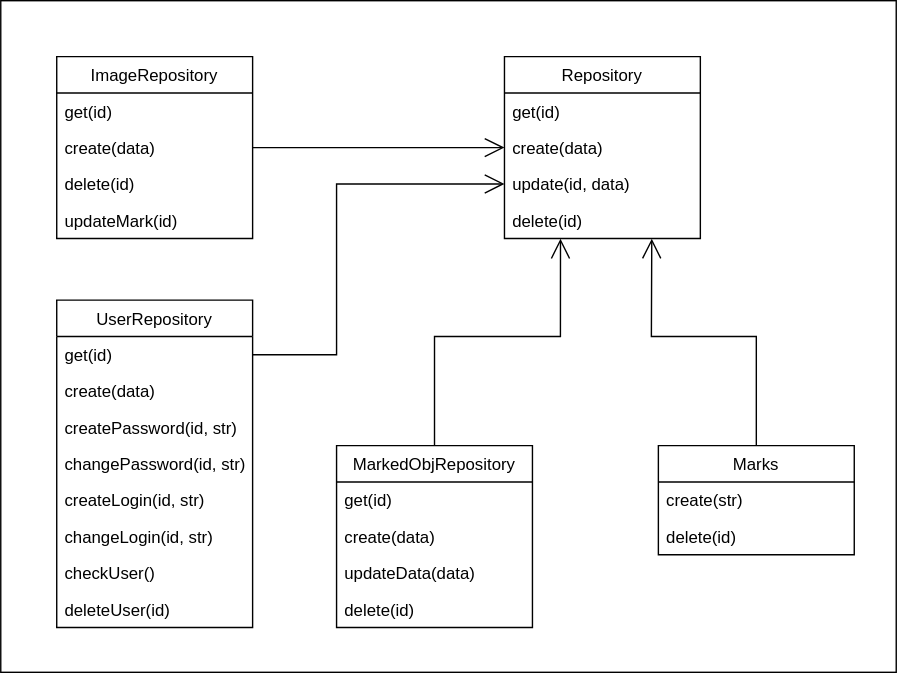
Above: imgs/uml_repository.svg in SweetBloody/bmstu_ppo (draw.io), before the change. Source tidied: cells renumbered, new cells last; positions are measured from the earlier drawing's top-left corner, leaving out a move shared by most shapes. Source of this version:
```xml
<mxGraphModel>
  <root>
    <mxCell id="0" />
    <mxCell id="1" parent="0" />
    <mxCell id="2" style="rounded=0;whiteSpace=wrap;html=1;" parent="1" vertex="1">
      <mxGeometry width="640" height="480" as="geometry" />
    </mxCell>
    <mxCell id="3" value="Repository" style="swimlane;fontStyle=0;horizontal=1;startSize=26;fillColor=none;" parent="1" vertex="1">
      <mxGeometry x="360" y="40" width="140" height="130" as="geometry" />
    </mxCell>
    <mxCell id="4" value="get(id)" style="text;strokeColor=none;fillColor=none;align=left;verticalAlign=top;spacingLeft=4;spacingRight=4;overflow=hidden;" parent="3" vertex="1">
      <mxGeometry y="26" width="140" height="26" as="geometry" />
    </mxCell>
    <mxCell id="5" value="create(data)" style="text;strokeColor=none;fillColor=none;align=left;verticalAlign=top;spacingLeft=4;spacingRight=4;overflow=hidden;points=[[0,0.5],[1,0.5]];portConstraint=eastwest;" parent="3" vertex="1">
      <mxGeometry y="52" width="140" height="26" as="geometry" />
    </mxCell>
    <mxCell id="6" value="update(id, data)" style="text;strokeColor=none;fillColor=none;align=left;verticalAlign=top;spacingLeft=4;spacingRight=4;overflow=hidden;points=[[0,0.5],[1,0.5]];portConstraint=eastwest;" parent="3" vertex="1">
      <mxGeometry y="78" width="140" height="26" as="geometry" />
    </mxCell>
    <mxCell id="7" value="delete(id)" style="text;strokeColor=none;fillColor=none;align=left;verticalAlign=top;spacingLeft=4;spacingRight=4;overflow=hidden;points=[[0,0.5],[1,0.5]];portConstraint=eastwest;" parent="3" vertex="1">
      <mxGeometry y="104" width="140" height="26" as="geometry" />
    </mxCell>
    <mxCell id="8" value="ImageRepository" style="swimlane;fontStyle=0;horizontal=1;startSize=26;fillColor=none;" parent="1" vertex="1">
      <mxGeometry x="40" y="40" width="140" height="130" as="geometry" />
    </mxCell>
    <mxCell id="9" value="get(id)" style="text;strokeColor=none;fillColor=none;align=left;verticalAlign=top;spacingLeft=4;spacingRight=4;overflow=hidden;" parent="8" vertex="1">
      <mxGeometry y="26" width="140" height="26" as="geometry" />
    </mxCell>
    <mxCell id="10" value="create(data)" style="text;strokeColor=none;fillColor=none;align=left;verticalAlign=top;spacingLeft=4;spacingRight=4;overflow=hidden;points=[[0,0.5],[1,0.5]];portConstraint=eastwest;" parent="8" vertex="1">
      <mxGeometry y="52" width="140" height="26" as="geometry" />
    </mxCell>
    <mxCell id="11" value="delete(id)" style="text;strokeColor=none;fillColor=none;align=left;verticalAlign=top;spacingLeft=4;spacingRight=4;overflow=hidden;" parent="8" vertex="1">
      <mxGeometry y="78" width="140" height="26" as="geometry" />
    </mxCell>
    <mxCell id="12" value="updateMark(id)" style="text;strokeColor=none;fillColor=none;align=left;verticalAlign=top;spacingLeft=4;spacingRight=4;overflow=hidden;" parent="8" vertex="1">
      <mxGeometry y="104" width="140" height="26" as="geometry" />
    </mxCell>
    <mxCell id="13" value="UserRepository" style="swimlane;fontStyle=0;horizontal=1;startSize=26;fillColor=none;" parent="1" vertex="1">
      <mxGeometry x="40" y="214" width="140" height="234" as="geometry" />
    </mxCell>
    <mxCell id="14" value="get(id)" style="text;strokeColor=none;fillColor=none;align=left;verticalAlign=top;spacingLeft=4;spacingRight=4;overflow=hidden;points=[[0,0.5],[1,0.5]];portConstraint=eastwest;" parent="13" vertex="1">
      <mxGeometry y="26" width="140" height="26" as="geometry" />
    </mxCell>
    <mxCell id="15" value="create(data)" style="text;strokeColor=none;fillColor=none;align=left;verticalAlign=top;spacingLeft=4;spacingRight=4;overflow=hidden;" parent="13" vertex="1">
      <mxGeometry y="52" width="140" height="26" as="geometry" />
    </mxCell>
    <mxCell id="16" value="createPassword(id, str)" style="text;strokeColor=none;fillColor=none;align=left;verticalAlign=top;spacingLeft=4;spacingRight=4;overflow=hidden;" parent="13" vertex="1">
      <mxGeometry y="78" width="140" height="26" as="geometry" />
    </mxCell>
    <mxCell id="17" value="changePassword(id, str)" style="text;strokeColor=none;fillColor=none;align=left;verticalAlign=top;spacingLeft=4;spacingRight=4;overflow=hidden;" parent="13" vertex="1">
      <mxGeometry y="104" width="140" height="26" as="geometry" />
    </mxCell>
    <mxCell id="18" value="createLogin(id, str)" style="text;strokeColor=none;fillColor=none;align=left;verticalAlign=top;spacingLeft=4;spacingRight=4;overflow=hidden;" parent="13" vertex="1">
      <mxGeometry y="130" width="140" height="26" as="geometry" />
    </mxCell>
    <mxCell id="19" value="changeLogin(id, str)" style="text;strokeColor=none;fillColor=none;align=left;verticalAlign=top;spacingLeft=4;spacingRight=4;overflow=hidden;" parent="13" vertex="1">
      <mxGeometry y="156" width="140" height="26" as="geometry" />
    </mxCell>
    <mxCell id="20" value="checkUser()" style="text;strokeColor=none;fillColor=none;align=left;verticalAlign=top;spacingLeft=4;spacingRight=4;overflow=hidden;" parent="13" vertex="1">
      <mxGeometry y="182" width="140" height="26" as="geometry" />
    </mxCell>
    <mxCell id="21" value="deleteUser(id)" style="text;strokeColor=none;fillColor=none;align=left;verticalAlign=top;spacingLeft=4;spacingRight=4;overflow=hidden;" parent="13" vertex="1">
      <mxGeometry y="208" width="140" height="26" as="geometry" />
    </mxCell>
    <mxCell id="22" value="MarkedObjRepository" style="swimlane;fontStyle=0;horizontal=1;startSize=26;fillColor=none;" parent="1" vertex="1">
      <mxGeometry x="240" y="318" width="140" height="130" as="geometry" />
    </mxCell>
    <mxCell id="23" value="get(id)" style="text;strokeColor=none;fillColor=none;align=left;verticalAlign=top;spacingLeft=4;spacingRight=4;overflow=hidden;" parent="22" vertex="1">
      <mxGeometry y="26" width="140" height="26" as="geometry" />
    </mxCell>
    <mxCell id="24" value="create(data)" style="text;strokeColor=none;fillColor=none;align=left;verticalAlign=top;spacingLeft=4;spacingRight=4;overflow=hidden;" parent="22" vertex="1">
      <mxGeometry y="52" width="140" height="26" as="geometry" />
    </mxCell>
    <mxCell id="25" value="updateData(data)" style="text;strokeColor=none;fillColor=none;align=left;verticalAlign=top;spacingLeft=4;spacingRight=4;overflow=hidden;" parent="22" vertex="1">
      <mxGeometry y="78" width="140" height="26" as="geometry" />
    </mxCell>
    <mxCell id="26" value="delete(id)" style="text;strokeColor=none;fillColor=none;align=left;verticalAlign=top;spacingLeft=4;spacingRight=4;overflow=hidden;" parent="22" vertex="1">
      <mxGeometry y="104" width="140" height="26" as="geometry" />
    </mxCell>
    <mxCell id="27" value="Marks" style="swimlane;fontStyle=0;horizontal=1;startSize=26;fillColor=none;" parent="1" vertex="1">
      <mxGeometry x="470" y="318" width="140" height="78" as="geometry" />
    </mxCell>
    <mxCell id="28" value="create(str)" style="text;strokeColor=none;fillColor=none;align=left;verticalAlign=top;spacingLeft=4;spacingRight=4;overflow=hidden;" parent="27" vertex="1">
      <mxGeometry y="26" width="140" height="26" as="geometry" />
    </mxCell>
    <mxCell id="29" value="delete(id)" style="text;strokeColor=none;fillColor=none;align=left;verticalAlign=top;spacingLeft=4;spacingRight=4;overflow=hidden;" parent="27" vertex="1">
      <mxGeometry y="52" width="140" height="26" as="geometry" />
    </mxCell>
    <mxCell id="30" style="endArrow=open;endFill=1;endSize=12;html=1;rounded=0;entryX=0;entryY=0.5;entryDx=0;entryDy=0;exitX=1;exitY=0.5;exitDx=0;exitDy=0;" parent="1" edge="1" source="10" target="5">
      <mxGeometry relative="1" as="geometry" />
    </mxCell>
    <mxCell id="31" style="endArrow=open;endFill=1;endSize=12;html=1;rounded=0;exitX=1;exitY=0.5;exitDx=0;exitDy=0;entryX=0;entryY=0.5;entryDx=0;entryDy=0;" parent="1" edge="1" source="14" target="6">
      <mxGeometry relative="1" as="geometry">
        <Array as="points">
          <mxPoint x="240" y="253" />
          <mxPoint x="240" y="131" />
        </Array>
      </mxGeometry>
    </mxCell>
    <mxCell id="32" style="endArrow=open;endFill=1;endSize=12;html=1;rounded=0;entryX=0.286;entryY=1.004;entryDx=0;entryDy=0;exitX=0.5;exitY=0;exitDx=0;exitDy=0;entryPerimeter=0;" parent="1" edge="1" source="22" target="7">
      <mxGeometry relative="1" as="geometry">
        <Array as="points">
          <mxPoint x="310" y="240" />
          <mxPoint x="400" y="240" />
        </Array>
      </mxGeometry>
    </mxCell>
    <mxCell id="33" style="endArrow=open;endFill=1;endSize=12;html=1;rounded=0;entryX=0.752;entryY=1.002;entryDx=0;entryDy=0;exitX=0.5;exitY=0;exitDx=0;exitDy=0;entryPerimeter=0;" parent="1" edge="1" source="27" target="7">
      <mxGeometry relative="1" as="geometry">
        <Array as="points">
          <mxPoint x="540" y="240" />
          <mxPoint x="465" y="240" />
        </Array>
      </mxGeometry>
    </mxCell>
  </root>
</mxGraphModel>
```
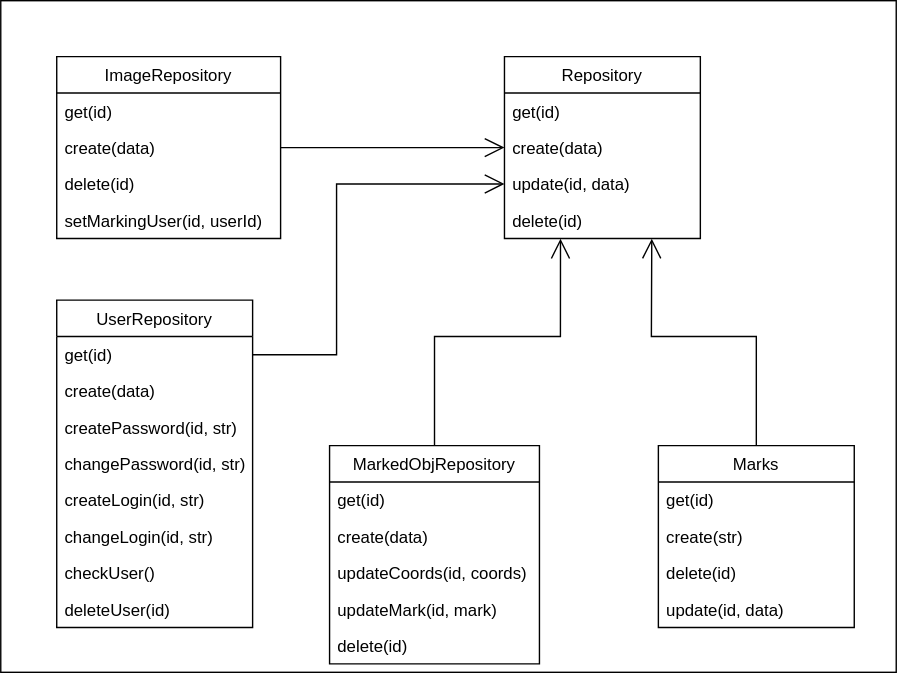
The same diagram one commit later.

Diff of the diagram source:
```diff
@@ -21,19 +21,19 @@
       <mxGeometry y="104" width="140" height="26" as="geometry" />
     </mxCell>
     <mxCell id="8" value="ImageRepository" style="swimlane;fontStyle=0;horizontal=1;startSize=26;fillColor=none;" parent="1" vertex="1">
-      <mxGeometry x="40" y="40" width="140" height="130" as="geometry" />
+      <mxGeometry x="40" y="40" width="160" height="130" as="geometry" />
     </mxCell>
     <mxCell id="9" value="get(id)" style="text;strokeColor=none;fillColor=none;align=left;verticalAlign=top;spacingLeft=4;spacingRight=4;overflow=hidden;" parent="8" vertex="1">
-      <mxGeometry y="26" width="140" height="26" as="geometry" />
+      <mxGeometry y="26" width="160" height="26" as="geometry" />
     </mxCell>
     <mxCell id="10" value="create(data)" style="text;strokeColor=none;fillColor=none;align=left;verticalAlign=top;spacingLeft=4;spacingRight=4;overflow=hidden;points=[[0,0.5],[1,0.5]];portConstraint=eastwest;" parent="8" vertex="1">
-      <mxGeometry y="52" width="140" height="26" as="geometry" />
+      <mxGeometry y="52" width="160" height="26" as="geometry" />
     </mxCell>
     <mxCell id="11" value="delete(id)" style="text;strokeColor=none;fillColor=none;align=left;verticalAlign=top;spacingLeft=4;spacingRight=4;overflow=hidden;" parent="8" vertex="1">
-      <mxGeometry y="78" width="140" height="26" as="geometry" />
+      <mxGeometry y="78" width="160" height="26" as="geometry" />
     </mxCell>
-    <mxCell id="12" value="updateMark(id)" style="text;strokeColor=none;fillColor=none;align=left;verticalAlign=top;spacingLeft=4;spacingRight=4;overflow=hidden;" parent="8" vertex="1">
-      <mxGeometry y="104" width="140" height="26" as="geometry" />
+    <mxCell id="12" value="setMarkingUser(id, userId)" style="text;strokeColor=none;fillColor=none;align=left;verticalAlign=top;spacingLeft=4;spacingRight=4;overflow=hidden;" parent="8" vertex="1">
+      <mxGeometry y="104" width="160" height="26" as="geometry" />
     </mxCell>
     <mxCell id="13" value="UserRepository" style="swimlane;fontStyle=0;horizontal=1;startSize=26;fillColor=none;" parent="1" vertex="1">
       <mxGeometry x="40" y="214" width="140" height="234" as="geometry" />
@@ -63,29 +63,38 @@
       <mxGeometry y="208" width="140" height="26" as="geometry" />
     </mxCell>
     <mxCell id="22" value="MarkedObjRepository" style="swimlane;fontStyle=0;horizontal=1;startSize=26;fillColor=none;" parent="1" vertex="1">
-      <mxGeometry x="240" y="318" width="140" height="130" as="geometry" />
+      <mxGeometry x="235" y="318" width="150" height="156" as="geometry" />
     </mxCell>
     <mxCell id="23" value="get(id)" style="text;strokeColor=none;fillColor=none;align=left;verticalAlign=top;spacingLeft=4;spacingRight=4;overflow=hidden;" parent="22" vertex="1">
-      <mxGeometry y="26" width="140" height="26" as="geometry" />
+      <mxGeometry y="26" width="150" height="26" as="geometry" />
     </mxCell>
     <mxCell id="24" value="create(data)" style="text;strokeColor=none;fillColor=none;align=left;verticalAlign=top;spacingLeft=4;spacingRight=4;overflow=hidden;" parent="22" vertex="1">
-      <mxGeometry y="52" width="140" height="26" as="geometry" />
+      <mxGeometry y="52" width="150" height="26" as="geometry" />
     </mxCell>
-    <mxCell id="25" value="updateData(data)" style="text;strokeColor=none;fillColor=none;align=left;verticalAlign=top;spacingLeft=4;spacingRight=4;overflow=hidden;" parent="22" vertex="1">
-      <mxGeometry y="78" width="140" height="26" as="geometry" />
+    <mxCell id="25" value="updateCoords(id, coords)" style="text;strokeColor=none;fillColor=none;align=left;verticalAlign=top;spacingLeft=4;spacingRight=4;overflow=hidden;" parent="22" vertex="1">
+      <mxGeometry y="78" width="150" height="26" as="geometry" />
     </mxCell>
+    <mxCell id="34" value="updateMark(id, mark)" style="text;strokeColor=none;fillColor=none;align=left;verticalAlign=top;spacingLeft=4;spacingRight=4;overflow=hidden;" parent="22" vertex="1">
+      <mxGeometry y="104" width="150" height="26" as="geometry" />
+    </mxCell>
     <mxCell id="26" value="delete(id)" style="text;strokeColor=none;fillColor=none;align=left;verticalAlign=top;spacingLeft=4;spacingRight=4;overflow=hidden;" parent="22" vertex="1">
-      <mxGeometry y="104" width="140" height="26" as="geometry" />
+      <mxGeometry y="130" width="150" height="26" as="geometry" />
     </mxCell>
     <mxCell id="27" value="Marks" style="swimlane;fontStyle=0;horizontal=1;startSize=26;fillColor=none;" parent="1" vertex="1">
-      <mxGeometry x="470" y="318" width="140" height="78" as="geometry" />
+      <mxGeometry x="470" y="318" width="140" height="130" as="geometry" />
     </mxCell>
+    <mxCell id="35" value="get(id)" style="text;strokeColor=none;fillColor=none;align=left;verticalAlign=top;spacingLeft=4;spacingRight=4;overflow=hidden;" parent="27" vertex="1">
+      <mxGeometry y="26" width="140" height="26" as="geometry" />
+    </mxCell>
     <mxCell id="28" value="create(str)" style="text;strokeColor=none;fillColor=none;align=left;verticalAlign=top;spacingLeft=4;spacingRight=4;overflow=hidden;" parent="27" vertex="1">
-      <mxGeometry y="26" width="140" height="26" as="geometry" />
+      <mxGeometry y="52" width="140" height="26" as="geometry" />
     </mxCell>
     <mxCell id="29" value="delete(id)" style="text;strokeColor=none;fillColor=none;align=left;verticalAlign=top;spacingLeft=4;spacingRight=4;overflow=hidden;" parent="27" vertex="1">
-      <mxGeometry y="52" width="140" height="26" as="geometry" />
+      <mxGeometry y="78" width="140" height="26" as="geometry" />
     </mxCell>
+    <mxCell id="36" value="update(id, data)" style="text;strokeColor=none;fillColor=none;align=left;verticalAlign=top;spacingLeft=4;spacingRight=4;overflow=hidden;" parent="27" vertex="1">
+      <mxGeometry y="104" width="140" height="26" as="geometry" />
+    </mxCell>
     <mxCell id="30" style="endArrow=open;endFill=1;endSize=12;html=1;rounded=0;entryX=0;entryY=0.5;entryDx=0;entryDy=0;exitX=1;exitY=0.5;exitDx=0;exitDy=0;" parent="1" edge="1" source="10" target="5">
       <mxGeometry relative="1" as="geometry" />
     </mxCell>
```
